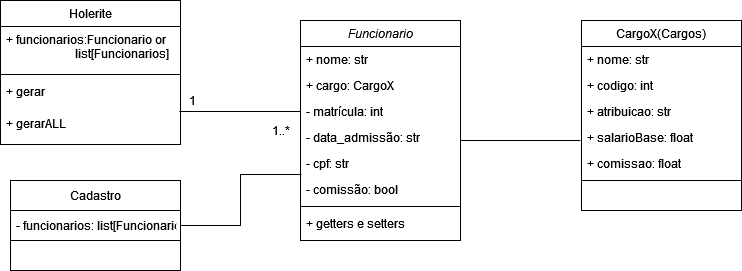
The draw.io diagram docs/diagramas_funcionarios.drawio.png in pedrohbb/codewars-ii, before a commit. Source tidied: cells renumbered, new cells last; positions are measured from the earlier drawing's top-left corner, leaving out a move shared by most shapes. Source of this version:
```xml
<mxGraphModel>
  <root>
    <mxCell id="0" />
    <mxCell id="1" parent="0" />
    <mxCell id="2" style="edgeStyle=elbowEdgeStyle;rounded=0;jumpStyle=none;jettySize=auto;html=1;endArrow=default;endFill=0;strokeColor=default;strokeWidth=1;" parent="1" edge="1" source="3">
      <mxGeometry relative="1" as="geometry">
        <mxPoint x="580" y="140" as="targetPoint" />
        <Array as="points">
          <mxPoint x="540" y="140" />
        </Array>
      </mxGeometry>
    </mxCell>
    <mxCell id="3" value="Funcionario" style="swimlane;fontStyle=2;align=center;verticalAlign=top;horizontal=1;startSize=26;rounded=0;shadow=0;strokeWidth=1;" parent="1" vertex="1">
      <mxGeometry x="300" y="20" width="160" height="220" as="geometry" />
    </mxCell>
    <mxCell id="4" value="+ nome: str" style="text;align=left;verticalAlign=top;spacingLeft=4;spacingRight=4;overflow=hidden;" parent="3" vertex="1">
      <mxGeometry y="26" width="160" height="26" as="geometry" />
    </mxCell>
    <mxCell id="5" value="+ cargo: CargoX" style="text;align=left;verticalAlign=top;spacingLeft=4;spacingRight=4;overflow=hidden;rounded=0;shadow=0;html=0;" parent="3" vertex="1">
      <mxGeometry y="52" width="160" height="26" as="geometry" />
    </mxCell>
    <mxCell id="6" value="- matrícula: int" style="text;align=left;verticalAlign=top;spacingLeft=4;spacingRight=4;overflow=hidden;points=[[0,0.5],[1,0.5]];portConstraint=eastwest;rounded=0;shadow=0;html=0;" parent="3" vertex="1">
      <mxGeometry y="78" width="160" height="26" as="geometry" />
    </mxCell>
    <mxCell id="7" value="- data_admissão: str" style="text;align=left;verticalAlign=top;spacingLeft=4;spacingRight=4;overflow=hidden;rounded=0;shadow=0;html=0;" parent="3" vertex="1">
      <mxGeometry y="104" width="160" height="26" as="geometry" />
    </mxCell>
    <mxCell id="8" value="- cpf: str" style="text;align=left;verticalAlign=top;spacingLeft=4;spacingRight=4;overflow=hidden;points=[[0,0.5],[1,0.5]];portConstraint=eastwest;rounded=0;shadow=0;html=0;" parent="3" vertex="1">
      <mxGeometry y="130" width="160" height="26" as="geometry" />
    </mxCell>
    <mxCell id="9" value="- comissão: bool" style="text;align=left;verticalAlign=top;spacingLeft=4;spacingRight=4;overflow=hidden;rounded=0;shadow=0;html=0;" parent="3" vertex="1">
      <mxGeometry y="156" width="160" height="26" as="geometry" />
    </mxCell>
    <mxCell id="10" style="line;html=1;strokeWidth=1;align=left;verticalAlign=middle;spacingTop=-1;spacingLeft=3;spacingRight=3;labelPosition=right;" parent="3" vertex="1">
      <mxGeometry y="182" width="160" height="8" as="geometry" />
    </mxCell>
    <mxCell id="11" value="+ getters e setters" style="text;align=left;verticalAlign=top;spacingLeft=4;spacingRight=4;overflow=hidden;" parent="3" vertex="1">
      <mxGeometry y="190" width="160" height="26" as="geometry" />
    </mxCell>
    <mxCell id="12" value="Holerite&#10;" style="swimlane;fontStyle=0;align=center;verticalAlign=top;horizontal=1;startSize=26;rounded=0;shadow=0;strokeWidth=1;" parent="1" vertex="1">
      <mxGeometry width="180" height="144" as="geometry" />
    </mxCell>
    <mxCell id="13" value="+ funcionarios:Funcionario or&#10;                       list[Funcionarios]&#10;" style="text;align=left;verticalAlign=top;spacingLeft=4;spacingRight=4;overflow=hidden;rounded=0;shadow=0;html=0;" parent="12" vertex="1">
      <mxGeometry y="26" width="180" height="44" as="geometry" />
    </mxCell>
    <mxCell id="14" style="line;html=1;strokeWidth=1;align=left;verticalAlign=middle;spacingTop=-1;spacingLeft=3;spacingRight=3;labelPosition=right;" parent="12" vertex="1">
      <mxGeometry y="70" width="180" height="8" as="geometry" />
    </mxCell>
    <mxCell id="15" value="+ gerar" style="text;align=left;verticalAlign=top;spacingLeft=4;spacingRight=4;overflow=hidden;rounded=0;shadow=0;html=0;" parent="12" vertex="1">
      <mxGeometry y="78" width="180" height="32" as="geometry" />
    </mxCell>
    <mxCell id="16" value="+ gerarALL" style="text;align=left;verticalAlign=top;spacingLeft=4;spacingRight=4;overflow=hidden;points=[[0,0.5],[1,0.5]];portConstraint=eastwest;rounded=0;shadow=0;html=0;" parent="12" vertex="1">
      <mxGeometry y="110" width="180" height="34" as="geometry" />
    </mxCell>
    <mxCell id="17" value="CargoX(Cargos)" style="swimlane;fontStyle=0;align=center;verticalAlign=top;horizontal=1;startSize=26;rounded=0;shadow=0;strokeWidth=1;swimlaneLine=1;" parent="1" vertex="1">
      <mxGeometry x="581" y="20" width="160" height="190" as="geometry" />
    </mxCell>
    <mxCell id="18" value="+ nome: str" style="text;align=left;verticalAlign=top;spacingLeft=4;spacingRight=4;overflow=hidden;" parent="17" vertex="1">
      <mxGeometry y="26" width="160" height="26" as="geometry" />
    </mxCell>
    <mxCell id="19" value="+ codigo: int" style="text;align=left;verticalAlign=top;spacingLeft=4;spacingRight=4;overflow=hidden;" parent="17" vertex="1">
      <mxGeometry y="52" width="160" height="26" as="geometry" />
    </mxCell>
    <mxCell id="20" value="+ atribuicao: str" style="text;align=left;verticalAlign=top;spacingLeft=4;spacingRight=4;overflow=hidden;rounded=0;shadow=0;html=0;" parent="17" vertex="1">
      <mxGeometry y="78" width="160" height="26" as="geometry" />
    </mxCell>
    <mxCell id="21" value="+ salarioBase: float" style="text;align=left;verticalAlign=top;spacingLeft=4;spacingRight=4;overflow=hidden;rounded=0;shadow=0;html=0;" parent="17" vertex="1">
      <mxGeometry y="104" width="160" height="26" as="geometry" />
    </mxCell>
    <mxCell id="22" value="+ comissao: float" style="text;align=left;verticalAlign=top;spacingLeft=4;spacingRight=4;overflow=hidden;rounded=0;shadow=0;html=0;" parent="17" vertex="1">
      <mxGeometry y="130" width="160" height="26" as="geometry" />
    </mxCell>
    <mxCell id="23" style="line;html=1;strokeWidth=1;align=left;verticalAlign=middle;spacingTop=-1;spacingLeft=3;spacingRight=3;labelPosition=right;" parent="17" vertex="1">
      <mxGeometry y="156" width="160" height="8" as="geometry" />
    </mxCell>
    <mxCell id="24" value="Cadastro" style="swimlane;fontStyle=0;horizontal=1;startSize=30;" parent="1" vertex="1">
      <mxGeometry x="10" y="180" width="170" height="90" as="geometry" />
    </mxCell>
    <mxCell id="25" value="- funcionarios: list[Funcionario]" style="text;strokeColor=none;fillColor=none;align=left;verticalAlign=middle;spacingLeft=4;spacingRight=4;overflow=hidden;points=[[0,0.5],[1,0.5]];portConstraint=eastwest;" parent="24" vertex="1">
      <mxGeometry y="30" width="170" height="30" as="geometry" />
    </mxCell>
    <mxCell id="26" style="text;strokeColor=default;fillColor=none;align=left;verticalAlign=middle;spacingLeft=4;spacingRight=4;overflow=hidden;" parent="24" vertex="1">
      <mxGeometry y="60" width="170" height="30" as="geometry" />
    </mxCell>
    <mxCell id="27" style="edgeStyle=elbowEdgeStyle;rounded=0;jumpStyle=none;orthogonalLoop=1;jettySize=auto;html=1;exitX=0.5;exitY=0;exitDx=0;exitDy=0;endArrow=blockThin;endFill=0;strokeColor=default;strokeWidth=1;" parent="1" edge="1" source="17" target="17">
      <mxGeometry relative="1" as="geometry" />
    </mxCell>
    <mxCell id="28" style="edgeStyle=elbowEdgeStyle;rounded=0;jumpStyle=none;orthogonalLoop=1;jettySize=auto;html=1;exitX=0.75;exitY=0;exitDx=0;exitDy=0;endArrow=blockThin;endFill=0;strokeColor=default;strokeWidth=1;" parent="1" edge="1" source="24" target="24">
      <mxGeometry relative="1" as="geometry" />
    </mxCell>
    <mxCell id="29" style="edgeStyle=elbowEdgeStyle;rounded=0;jumpStyle=none;jettySize=auto;html=1;entryX=0.006;entryY=0.923;entryDx=0;entryDy=0;entryPerimeter=0;endArrow=default;endFill=0;strokeColor=default;strokeWidth=1;" parent="1" edge="1" source="25" target="8">
      <mxGeometry relative="1" as="geometry" />
    </mxCell>
    <mxCell id="30" style="edgeStyle=elbowEdgeStyle;rounded=0;jumpStyle=none;jettySize=auto;html=1;entryX=0.994;entryY=0.029;entryDx=0;entryDy=0;entryPerimeter=0;endArrow=default;endFill=0;strokeColor=default;strokeWidth=1;" parent="1" edge="1" source="6" target="16">
      <mxGeometry relative="1" as="geometry" />
    </mxCell>
    <mxCell id="31" value="1" style="text;html=1;align=center;verticalAlign=middle;strokeColor=none;fillColor=none;" parent="1" vertex="1">
      <mxGeometry x="177" y="85" width="30" height="30" as="geometry" />
    </mxCell>
    <mxCell id="32" value="1..*" style="text;html=1;align=center;verticalAlign=middle;strokeColor=none;fillColor=none;" parent="1" vertex="1">
      <mxGeometry x="260" y="115" width="40" height="30" as="geometry" />
    </mxCell>
  </root>
</mxGraphModel>
```
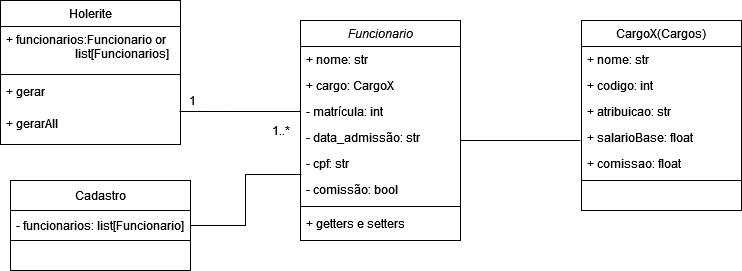
After the commit.

Diff of the diagram source:
```diff
@@ -49,7 +49,7 @@
     <mxCell id="15" value="+ gerar" style="text;align=left;verticalAlign=top;spacingLeft=4;spacingRight=4;overflow=hidden;rounded=0;shadow=0;html=0;" parent="12" vertex="1">
       <mxGeometry y="78" width="180" height="32" as="geometry" />
     </mxCell>
-    <mxCell id="16" value="+ gerarALL" style="text;align=left;verticalAlign=top;spacingLeft=4;spacingRight=4;overflow=hidden;points=[[0,0.5],[1,0.5]];portConstraint=eastwest;rounded=0;shadow=0;html=0;" parent="12" vertex="1">
+    <mxCell id="16" value="+ gerarAll" style="text;align=left;verticalAlign=top;spacingLeft=4;spacingRight=4;overflow=hidden;points=[[0,0.5],[1,0.5]];portConstraint=eastwest;rounded=0;shadow=0;html=0;" parent="12" vertex="1">
       <mxGeometry y="110" width="180" height="34" as="geometry" />
     </mxCell>
     <mxCell id="17" value="CargoX(Cargos)" style="swimlane;fontStyle=0;align=center;verticalAlign=top;horizontal=1;startSize=26;rounded=0;shadow=0;strokeWidth=1;swimlaneLine=1;" parent="1" vertex="1">
@@ -74,13 +74,13 @@
       <mxGeometry y="156" width="160" height="8" as="geometry" />
     </mxCell>
     <mxCell id="24" value="Cadastro" style="swimlane;fontStyle=0;horizontal=1;startSize=30;" parent="1" vertex="1">
-      <mxGeometry x="10" y="180" width="170" height="90" as="geometry" />
+      <mxGeometry x="10" y="180" width="180" height="90" as="geometry" />
     </mxCell>
     <mxCell id="25" value="- funcionarios: list[Funcionario]" style="text;strokeColor=none;fillColor=none;align=left;verticalAlign=middle;spacingLeft=4;spacingRight=4;overflow=hidden;points=[[0,0.5],[1,0.5]];portConstraint=eastwest;" parent="24" vertex="1">
-      <mxGeometry y="30" width="170" height="30" as="geometry" />
+      <mxGeometry y="30" width="180" height="30" as="geometry" />
     </mxCell>
     <mxCell id="26" style="text;strokeColor=default;fillColor=none;align=left;verticalAlign=middle;spacingLeft=4;spacingRight=4;overflow=hidden;" parent="24" vertex="1">
-      <mxGeometry y="60" width="170" height="30" as="geometry" />
+      <mxGeometry y="60" width="180" height="30" as="geometry" />
     </mxCell>
     <mxCell id="27" style="edgeStyle=elbowEdgeStyle;rounded=0;jumpStyle=none;orthogonalLoop=1;jettySize=auto;html=1;exitX=0.5;exitY=0;exitDx=0;exitDy=0;endArrow=blockThin;endFill=0;strokeColor=default;strokeWidth=1;" parent="1" edge="1" source="17" target="17">
       <mxGeometry relative="1" as="geometry" />
```
